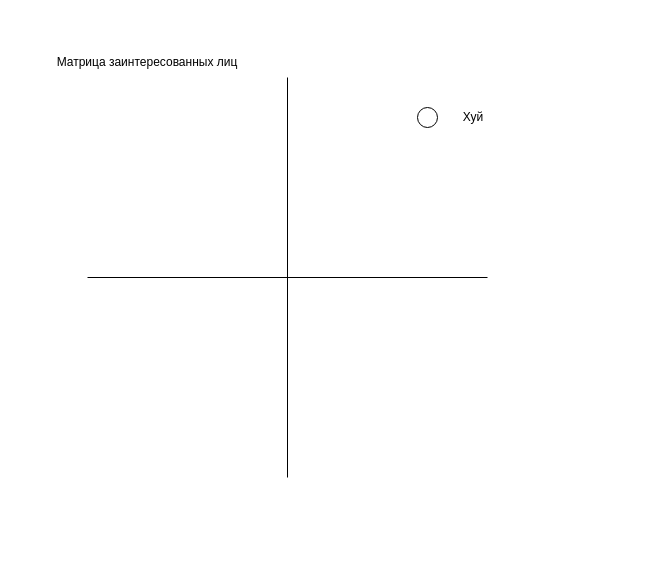
Above: матрица заинтересованности.drawio in AptM1Apt/drawioUML (draw.io), before the change. Source tidied: cells renumbered, new cells numbered last; positions are measured from the earlier drawing's top-left corner, leaving out a move shared by most shapes. Both pictures are drawn from the tidied source at 100%, with x=0, y=0 at pixel (47, 47).
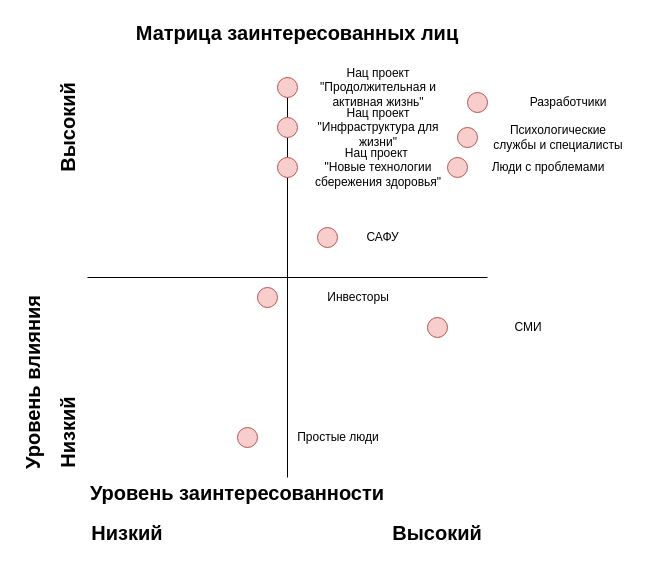
After the change.

Diff of the diagram source:
```diff
@@
-    <mxCell id="4" value="Матрица заинтересованных лиц" style="text;html=1;align=center;verticalAlign=middle;whiteSpace=wrap;rounded=0;" parent="1" vertex="1">
-      <mxGeometry width="200" height="30" as="geometry" />
+    <mxCell id="4" value="&lt;font style=&quot;font-size: 20px;&quot;&gt;&lt;b&gt;Матрица заинтересованных лиц&lt;/b&gt;&lt;/font&gt;" style="text;html=1;align=center;verticalAlign=middle;whiteSpace=wrap;rounded=0;" parent="1" vertex="1">
+      <mxGeometry x="80" y="-30" width="340" height="30" as="geometry" />
     </mxCell>
     <mxCell id="5" style="group;" parent="1" vertex="1">
-      <mxGeometry x="370" y="60" width="80" height="20" as="geometry" />
+      <mxGeometry x="400" y="110" width="170" height="20" as="geometry" />
     </mxCell>
-    <mxCell id="6" style="ellipse;whiteSpace=wrap;html=1;" parent="5" vertex="1">
+    <mxCell id="6" style="ellipse;whiteSpace=wrap;html=1;fillColor=#f8cecc;strokeColor=#b85450;" parent="5" vertex="1">
       <mxGeometry width="20" height="20" as="geometry" />
     </mxCell>
-    <mxCell id="7" value="Хуй" style="text;html=1;align=center;verticalAlign=middle;whiteSpace=wrap;rounded=0;" parent="5" vertex="1">
-      <mxGeometry x="32" width="48" height="20" as="geometry" />
+    <mxCell id="7" value="Люди с проблемами" style="text;html=1;align=center;verticalAlign=middle;whiteSpace=wrap;rounded=0;" parent="5" vertex="1">
+      <mxGeometry x="32" width="138" height="20" as="geometry" />
     </mxCell>
+    <mxCell id="8" value="&lt;b&gt;&lt;font style=&quot;font-size: 20px;&quot;&gt;Уровень влияния&lt;/font&gt;&lt;/b&gt;" style="text;html=1;align=center;verticalAlign=middle;whiteSpace=wrap;rounded=0;rotation=-90;" parent="1" vertex="1">
+      <mxGeometry x="-110" y="320" width="190" height="30" as="geometry" />
+    </mxCell>
+    <mxCell id="9" value="&lt;font style=&quot;font-size: 20px;&quot;&gt;&lt;b&gt;Уровень заинтересованности&lt;/b&gt;&lt;/font&gt;" style="text;html=1;align=center;verticalAlign=middle;whiteSpace=wrap;rounded=0;rotation=0;" parent="1" vertex="1">
+      <mxGeometry x="40" y="430" width="300" height="30" as="geometry" />
+    </mxCell>
+    <mxCell id="10" value="&lt;b&gt;&lt;font style=&quot;font-size: 20px;&quot;&gt;Низкий&lt;/font&gt;&lt;/b&gt;" style="text;html=1;align=center;verticalAlign=middle;whiteSpace=wrap;rounded=0;rotation=-90;" parent="1" vertex="1">
+      <mxGeometry x="-20" y="370" width="80" height="30" as="geometry" />
+    </mxCell>
+    <mxCell id="11" value="&lt;font style=&quot;font-size: 20px;&quot;&gt;&lt;b&gt;Высокий&lt;/b&gt;&lt;/font&gt;" style="text;html=1;align=center;verticalAlign=middle;whiteSpace=wrap;rounded=0;rotation=-90;" parent="1" vertex="1">
+      <mxGeometry x="-30" y="65" width="100" height="30" as="geometry" />
+    </mxCell>
+    <mxCell id="12" value="&lt;b&gt;&lt;font style=&quot;font-size: 20px;&quot;&gt;Низкий&lt;/font&gt;&lt;/b&gt;" style="text;html=1;align=center;verticalAlign=middle;whiteSpace=wrap;rounded=0;rotation=0;" parent="1" vertex="1">
+      <mxGeometry x="40" y="470" width="80" height="30" as="geometry" />
+    </mxCell>
+    <mxCell id="13" value="&lt;font style=&quot;font-size: 20px;&quot;&gt;&lt;b&gt;Высокий&lt;/b&gt;&lt;/font&gt;" style="text;html=1;align=center;verticalAlign=middle;whiteSpace=wrap;rounded=0;rotation=0;" parent="1" vertex="1">
+      <mxGeometry x="340" y="470" width="100" height="30" as="geometry" />
+    </mxCell>
+    <mxCell id="14" style="group;" parent="1" vertex="1">
+      <mxGeometry x="420" y="45" width="170" height="20" as="geometry" />
+    </mxCell>
+    <mxCell id="15" style="ellipse;whiteSpace=wrap;html=1;fillColor=#f8cecc;strokeColor=#b85450;" parent="14" vertex="1">
+      <mxGeometry width="20" height="20" as="geometry" />
+    </mxCell>
+    <mxCell id="16" value="Разработчики" style="text;html=1;align=center;verticalAlign=middle;whiteSpace=wrap;rounded=0;" parent="14" vertex="1">
+      <mxGeometry x="32" width="138" height="20" as="geometry" />
+    </mxCell>
+    <mxCell id="17" style="group;" parent="1" vertex="1">
+      <mxGeometry x="230" y="30" width="170" height="20" as="geometry" />
+    </mxCell>
+    <mxCell id="18" style="ellipse;whiteSpace=wrap;html=1;fillColor=#f8cecc;strokeColor=#b85450;" parent="17" vertex="1">
+      <mxGeometry width="20" height="20" as="geometry" />
+    </mxCell>
+    <mxCell id="19" value="&lt;div&gt;Нац проект &quot;Продолжительная и активная жизнь&quot;&lt;/div&gt;" style="text;html=1;align=center;verticalAlign=middle;whiteSpace=wrap;rounded=0;" parent="17" vertex="1">
+      <mxGeometry x="32" width="138" height="20" as="geometry" />
+    </mxCell>
+    <mxCell id="20" style="group;" parent="1" vertex="1">
+      <mxGeometry x="230" y="70" width="170" height="20" as="geometry" />
+    </mxCell>
+    <mxCell id="21" style="ellipse;whiteSpace=wrap;html=1;fillColor=#f8cecc;strokeColor=#b85450;" parent="20" vertex="1">
+      <mxGeometry width="20" height="20" as="geometry" />
+    </mxCell>
+    <mxCell id="22" value="&lt;div&gt;Нац проект &quot;Инфраструктура для жизни&quot;&lt;/div&gt;" style="text;html=1;align=center;verticalAlign=middle;whiteSpace=wrap;rounded=0;" parent="20" vertex="1">
+      <mxGeometry x="32" width="138" height="20" as="geometry" />
+    </mxCell>
+    <mxCell id="23" style="group;" parent="1" vertex="1">
+      <mxGeometry x="230" y="110" width="170" height="20" as="geometry" />
+    </mxCell>
+    <mxCell id="24" style="ellipse;whiteSpace=wrap;html=1;fillColor=#f8cecc;strokeColor=#b85450;" parent="23" vertex="1">
+      <mxGeometry width="20" height="20" as="geometry" />
+    </mxCell>
+    <mxCell id="25" value="&lt;div&gt;Нац проект&amp;nbsp;&lt;/div&gt;&lt;div&gt;&quot;Новые технологии сбережения здоровья&quot;&lt;/div&gt;" style="text;html=1;align=center;verticalAlign=middle;whiteSpace=wrap;rounded=0;" parent="23" vertex="1">
+      <mxGeometry x="32" width="138" height="20" as="geometry" />
+    </mxCell>
+    <mxCell id="26" style="group;" parent="1" vertex="1">
+      <mxGeometry x="410" y="80" width="170" height="20" as="geometry" />
+    </mxCell>
+    <mxCell id="27" style="ellipse;whiteSpace=wrap;html=1;fillColor=#f8cecc;strokeColor=#b85450;" parent="26" vertex="1">
+      <mxGeometry width="20" height="20" as="geometry" />
+    </mxCell>
+    <mxCell id="28" value="Психологические службы и специалисты" style="text;html=1;align=center;verticalAlign=middle;whiteSpace=wrap;rounded=0;" parent="26" vertex="1">
+      <mxGeometry x="32" width="138" height="20" as="geometry" />
+    </mxCell>
+    <mxCell id="29" style="group;" parent="1" vertex="1">
+      <mxGeometry x="270" y="180" width="110" height="20" as="geometry" />
+    </mxCell>
+    <mxCell id="30" style="ellipse;whiteSpace=wrap;html=1;fillColor=#f8cecc;strokeColor=#b85450;" parent="29" vertex="1">
+      <mxGeometry width="20" height="20" as="geometry" />
+    </mxCell>
+    <mxCell id="31" value="САФУ" style="text;html=1;align=center;verticalAlign=middle;whiteSpace=wrap;rounded=0;" parent="29" vertex="1">
+      <mxGeometry x="20.7" width="89.3" height="20" as="geometry" />
+    </mxCell>
+    <mxCell id="32" style="group;" parent="1" vertex="1">
+      <mxGeometry x="210" y="240" width="170" height="20" as="geometry" />
+    </mxCell>
+    <mxCell id="33" style="ellipse;whiteSpace=wrap;html=1;fillColor=#f8cecc;strokeColor=#b85450;" parent="32" vertex="1">
+      <mxGeometry width="20" height="20" as="geometry" />
+    </mxCell>
+    <mxCell id="34" value="Инвесторы" style="text;html=1;align=center;verticalAlign=middle;whiteSpace=wrap;rounded=0;" parent="32" vertex="1">
+      <mxGeometry x="32" width="138" height="20" as="geometry" />
+    </mxCell>
+    <mxCell id="35" style="group;" parent="1" vertex="1">
+      <mxGeometry x="380" y="270" width="170" height="20" as="geometry" />
+    </mxCell>
+    <mxCell id="36" style="ellipse;whiteSpace=wrap;html=1;fillColor=#f8cecc;strokeColor=#b85450;" parent="35" vertex="1">
+      <mxGeometry width="20" height="20" as="geometry" />
+    </mxCell>
+    <mxCell id="37" value="СМИ" style="text;html=1;align=center;verticalAlign=middle;whiteSpace=wrap;rounded=0;" parent="35" vertex="1">
+      <mxGeometry x="32" width="138" height="20" as="geometry" />
+    </mxCell>
+    <mxCell id="38" style="group;" parent="1" vertex="1">
+      <mxGeometry x="190" y="380" width="170" height="20" as="geometry" />
+    </mxCell>
+    <mxCell id="39" style="ellipse;whiteSpace=wrap;html=1;fillColor=#f8cecc;strokeColor=#b85450;" parent="38" vertex="1">
+      <mxGeometry width="20" height="20" as="geometry" />
+    </mxCell>
+    <mxCell id="40" value="Простые люди" style="text;html=1;align=center;verticalAlign=middle;whiteSpace=wrap;rounded=0;" parent="38" vertex="1">
+      <mxGeometry x="32" width="138" height="20" as="geometry" />
+    </mxCell>
```
